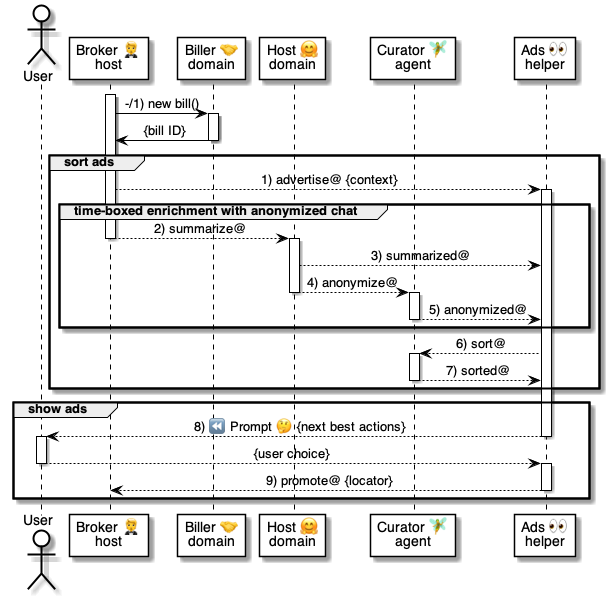
Above: 5 ⏩ Flows/05 👀⏩ Advertisers/.📎 Assets/⚙️ Advertise.png in pollyweb-org/pollyweb-docs (PlantUML), before the change. Its source is kept beside it as 5 ⏩ Flows/05 👀⏩ Advertisers/.📎 Assets/⚙️ Advertise.puml. Source of this version:
```plantuml
@startuml Goodbye

actor "User" as user
participant "Broker 🤵\nhost" as broker
participant "Biller 🤝\ndomain" as biller
participant "Host 🤗\ndomain" as host
participant "Curator 🧚\nagent" as curator
participant "Ads 👀\nhelper" as ads


activate broker

    broker -> biller: -/1) new bill()
    activate biller
        biller -> broker: {bill ID}
    deactivate biller

group sort ads

    broker --> ads: 1) advertise@ {context}
    activate ads

    group time-boxed enrichment with anonymized chat

        broker --> host: 2) summarize@
        deactivate broker

        activate host
            host --> ads: 3) summarized@
            host --> curator: 4) anonymize@
        deactivate host

        activate curator
            curator --> ads: 5) anonymized@
        deactivate curator

    end group

        ads --> curator: 6) sort@

    activate curator
        curator --> ads: 7) sorted@
    deactivate curator

end group



group show ads

    activate ads
        ads --> user: 8) ⏪ Prompt 🤔 {next best actions}
    deactivate ads

    activate user
        user --> ads: {user choice}
    deactivate user

    activate ads
        ads --> broker: 9) promote@ {locator}
    deactivate ads


end group


@enduml
```
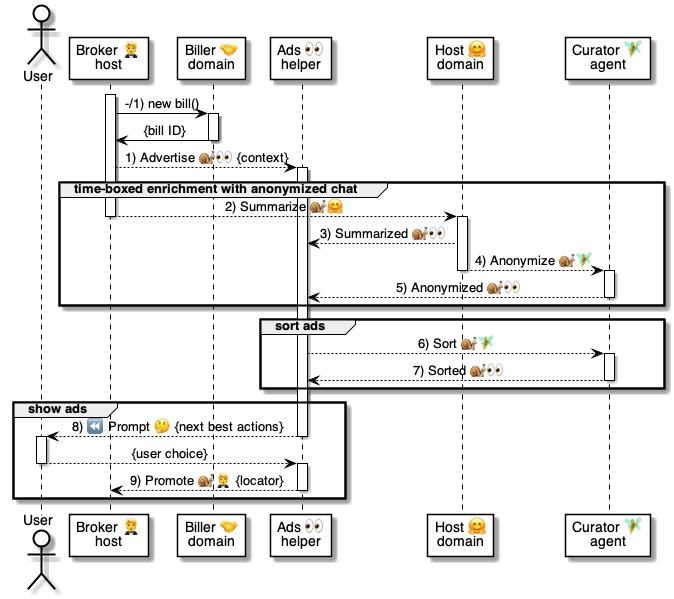
The same diagram one commit later.

Diff of the diagram source:
```diff
@@ -3,9 +3,10 @@
 actor "User" as user
 participant "Broker 🤵\nhost" as broker
 participant "Biller 🤝\ndomain" as biller
+participant "Ads 👀\nhelper" as ads
 participant "Host 🤗\ndomain" as host
 participant "Curator 🧚\nagent" as curator
-participant "Ads 👀\nhelper" as ads
+
 
 
 activate broker
@@ -15,34 +16,35 @@
         biller -> broker: {bill ID}
     deactivate biller
 
-group sort ads
 
-    broker --> ads: 1) advertise@ {context}
+    broker --> ads: 1) Advertise 🐌👀 {context}
     activate ads
 
     group time-boxed enrichment with anonymized chat
 
-        broker --> host: 2) summarize@
+        broker --> host: 2) Summarize 🐌🤗
         deactivate broker
 
         activate host
-            host --> ads: 3) summarized@
-            host --> curator: 4) anonymize@
+            host --> ads: 3) Summarized 🐌👀
+            host --> curator: 4) Anonymize 🐌🧚
         deactivate host
 
         activate curator
-            curator --> ads: 5) anonymized@
+            curator --> ads: 5) Anonymized 🐌👀
         deactivate curator
 
     end group
 
-        ads --> curator: 6) sort@
+    group sort ads
 
-    activate curator
-        curator --> ads: 7) sorted@
-    deactivate curator
+            ads --> curator: 6) Sort 🐌🧚
 
-end group
+        activate curator
+            curator --> ads: 7) Sorted 🐌👀
+        deactivate curator
+
+    end group
 
 
 
@@ -57,7 +59,7 @@
     deactivate user
 
     activate ads
-        ads --> broker: 9) promote@ {locator}
+        ads --> broker: 9) Promote 🐌🤵 {locator}
     deactivate ads
 
 
```
